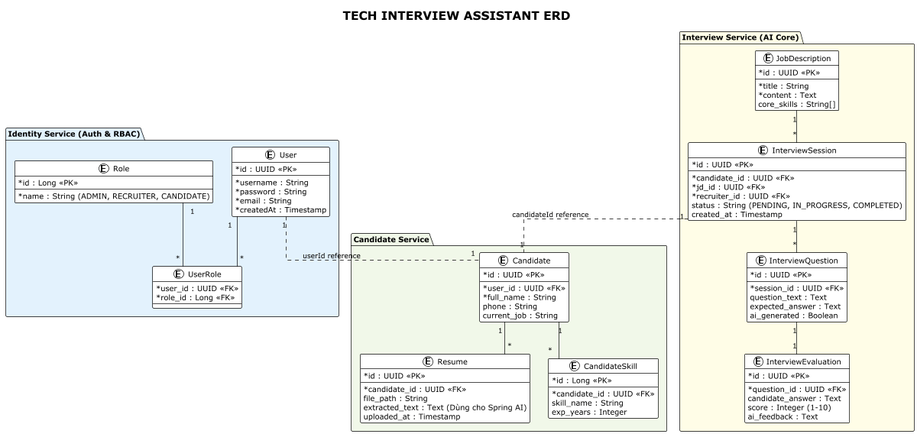
Nam000p/tech-interview-assistant keeps this PlantUML diagram as docs/database/erd-diagram.png. Above is the earlier version. Its diagram source:
```plantuml
@startuml
title TECH INTERVIEW ASSISTANT ERD
!theme plain
skinparam classAttributeIconSize 0
skinparam linetype ortho

package "Identity Service (Auth & RBAC)" #E3F2FD {
    entity "User" as user {
        * id : UUID <<PK>>
        --
        * username : String
        * password : String
        * email : String
        * createdAt : Timestamp
    }

    entity "Role" as role {
        * id : Long <<PK>>
        --
        * name : String (ADMIN, RECRUITER, CANDIDATE)
    }

    entity "UserRole" as user_role {
        * user_id : UUID <<FK>>
        * role_id : Long <<FK>>
    }
}

package "Candidate Service" #F1F8E9 {
    entity "Candidate" as candidate {
        * id : UUID <<PK>>
        --
        * user_id : UUID <<FK>>
        * full_name : String
        phone : String
        current_job : String
    }

    entity "Resume" as resume {
        * id : UUID <<PK>>
        --
        * candidate_id : UUID <<FK>>
        file_path : String
        extracted_text : Text (Dùng cho Spring AI)
        uploaded_at : Timestamp
    }

    entity "CandidateSkill" as skill {
        * id : Long <<PK>>
        --
        * candidate_id : UUID <<FK>>
        skill_name : String
        exp_years : Integer
    }
}

package "Interview Service (AI Core)" #FFFDE7 {
    entity "JobDescription" as jd {
        * id : UUID <<PK>>
        --
        * title : String
        * content : Text
        core_skills : String[]
    }

    entity "InterviewSession" as session {
        * id : UUID <<PK>>
        --
        * candidate_id : UUID <<FK>>
        * jd_id : UUID <<FK>>
        * recruiter_id : UUID <<FK>>
        status : String (PENDING, IN_PROGRESS, COMPLETED)
        created_at : Timestamp
    }

    entity "InterviewQuestion" as question {
        * id : UUID <<PK>>
        --
        * session_id : UUID <<FK>>
        question_text : Text
        expected_answer : Text
        ai_generated : Boolean
    }

    entity "InterviewEvaluation" as evaluation {
        * id : UUID <<PK>>
        --
        * question_id : UUID <<FK>>
        candidate_answer : Text
        score : Integer (1-10)
        ai_feedback : Text
    }
}

user "1" -- "*" user_role
role "1" -- "*" user_role

candidate "1" -- "*" resume
candidate "1" -- "*" skill

jd "1" -- "*" session
session "1" -- "*" question
question "1" -- "1" evaluation

user "1" .. "1" candidate : "userId reference"
session "1" .. "1" candidate : "candidateId reference"

@enduml
```
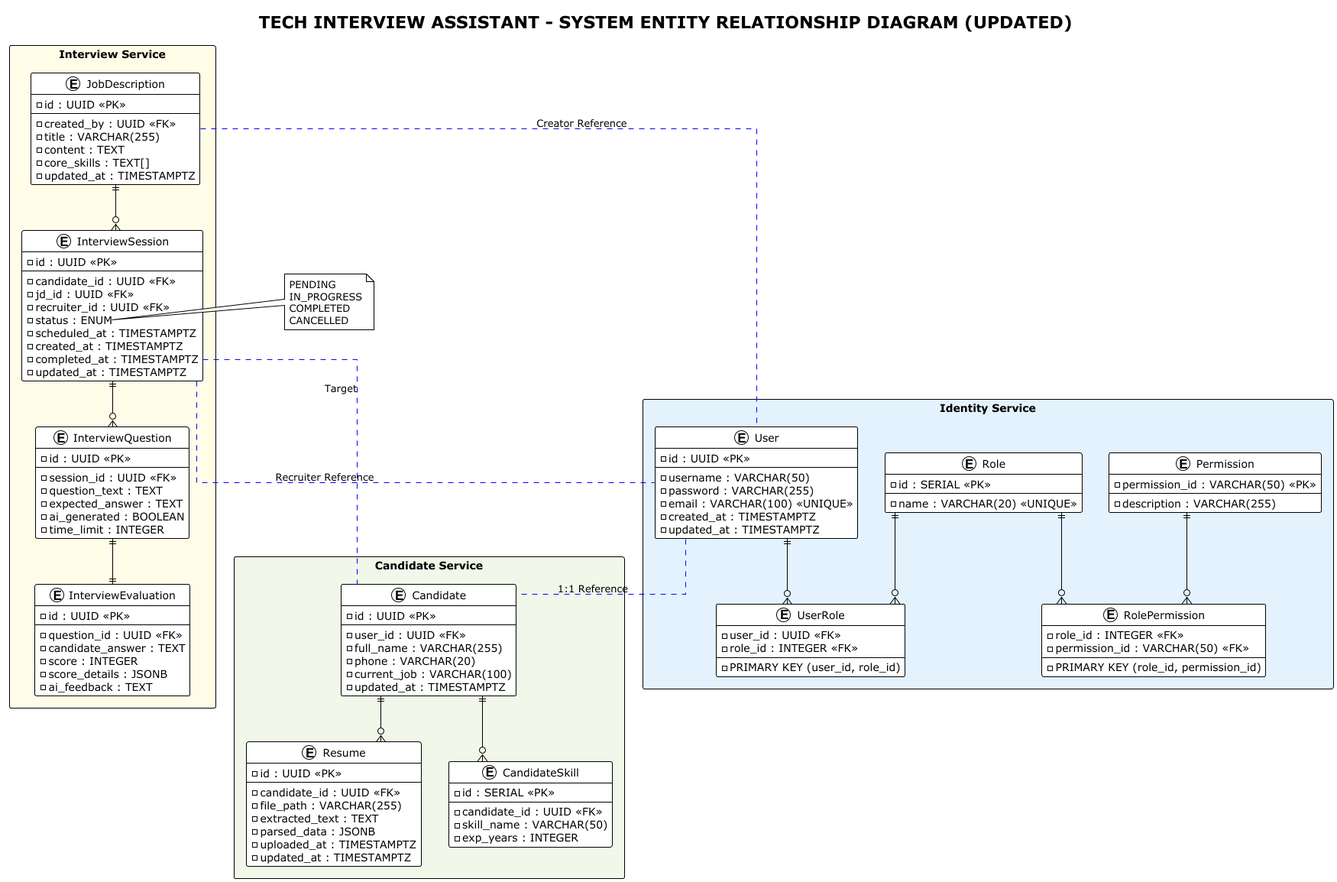
After the change.

The edit, as a diff of the source:
```diff
@@ -1,108 +1,146 @@
 @startuml
-title TECH INTERVIEW ASSISTANT ERD
+title TECH INTERVIEW ASSISTANT - SYSTEM ENTITY RELATIONSHIP DIAGRAM (UPDATED)
 !theme plain
-skinparam classAttributeIconSize 0
 skinparam linetype ortho
+skinparam packageStyle rectangle
+skinparam shadowing false
 
-package "Identity Service (Auth & RBAC)" #E3F2FD {
+package "Identity Service" #E3F2FD {
     entity "User" as user {
-        * id : UUID <<PK>>
+        - id : UUID <<PK>>
         --
-        * username : String
-        * password : String
-        * email : String
-        * createdAt : Timestamp
+        - username : VARCHAR(50)
+        - password : VARCHAR(255)
+        - email : VARCHAR(100) <<UNIQUE>>
+        - created_at : TIMESTAMPTZ
+        - updated_at : TIMESTAMPTZ
     }
 
     entity "Role" as role {
-        * id : Long <<PK>>
+        - id : SERIAL <<PK>>
         --
-        * name : String (ADMIN, RECRUITER, CANDIDATE)
+        - name : VARCHAR(20) <<UNIQUE>>
+    }
+
+    entity "Permission" as permission {
+        - permission_id : VARCHAR(50) <<PK>>
+        --
+        - description : VARCHAR(255)
     }
 
     entity "UserRole" as user_role {
-        * user_id : UUID <<FK>>
-        * role_id : Long <<FK>>
+        - user_id : UUID <<FK>>
+        - role_id : INTEGER <<FK>>
+        --
+        - PRIMARY KEY (user_id, role_id)
+    }
+
+    entity "RolePermission" as role_permission {
+        - role_id : INTEGER <<FK>>
+        - permission_id : VARCHAR(50) <<FK>>
+        --
+        - PRIMARY KEY (role_id, permission_id)
     }
 }
 
 package "Candidate Service" #F1F8E9 {
     entity "Candidate" as candidate {
-        * id : UUID <<PK>>
+        - id : UUID <<PK>>
         --
-        * user_id : UUID <<FK>>
-        * full_name : String
-        phone : String
-        current_job : String
+        - user_id : UUID <<FK>>
+        - full_name : VARCHAR(255)
+        - phone : VARCHAR(20)
+        - current_job : VARCHAR(100)
+        - updated_at : TIMESTAMPTZ
     }
 
     entity "Resume" as resume {
-        * id : UUID <<PK>>
+        - id : UUID <<PK>>
         --
-        * candidate_id : UUID <<FK>>
-        file_path : String
-        extracted_text : Text (Dùng cho Spring AI)
-        uploaded_at : Timestamp
+        - candidate_id : UUID <<FK>>
+        - file_path : VARCHAR(255)
+        - extracted_text : TEXT
+        - parsed_data : JSONB
+        - uploaded_at : TIMESTAMPTZ
+        - updated_at : TIMESTAMPTZ
     }
 
     entity "CandidateSkill" as skill {
-        * id : Long <<PK>>
+        - id : SERIAL <<PK>>
         --
-        * candidate_id : UUID <<FK>>
-        skill_name : String
-        exp_years : Integer
+        - candidate_id : UUID <<FK>>
+        - skill_name : VARCHAR(50)
+        - exp_years : INTEGER
     }
 }
 
-package "Interview Service (AI Core)" #FFFDE7 {
+package "Interview Service" #FFFDE7 {
     entity "JobDescription" as jd {
-        * id : UUID <<PK>>
+        - id : UUID <<PK>>
         --
-        * title : String
-        * content : Text
-        core_skills : String[]
+        - created_by : UUID <<FK>>
+        - title : VARCHAR(255)
+        - content : TEXT
+        - core_skills : TEXT[]
+        - updated_at : TIMESTAMPTZ
     }
 
     entity "InterviewSession" as session {
-        * id : UUID <<PK>>
+        - id : UUID <<PK>>
         --
-        * candidate_id : UUID <<FK>>
-        * jd_id : UUID <<FK>>
-        * recruiter_id : UUID <<FK>>
-        status : String (PENDING, IN_PROGRESS, COMPLETED)
-        created_at : Timestamp
+        - candidate_id : UUID <<FK>>
+        - jd_id : UUID <<FK>>
+        - recruiter_id : UUID <<FK>>
+        - status : ENUM
+        - scheduled_at : TIMESTAMPTZ
+        - created_at : TIMESTAMPTZ
+        - completed_at : TIMESTAMPTZ
+        - updated_at : TIMESTAMPTZ
     }
 
     entity "InterviewQuestion" as question {
-        * id : UUID <<PK>>
+        - id : UUID <<PK>>
         --
-        * session_id : UUID <<FK>>
-        question_text : Text
-        expected_answer : Text
-        ai_generated : Boolean
+        - session_id : UUID <<FK>>
+        - question_text : TEXT
+        - expected_answer : TEXT
+        - ai_generated : BOOLEAN
+        - time_limit : INTEGER
     }
 
     entity "InterviewEvaluation" as evaluation {
-        * id : UUID <<PK>>
+        - id : UUID <<PK>>
         --
-        * question_id : UUID <<FK>>
-        candidate_answer : Text
-        score : Integer (1-10)
-        ai_feedback : Text
+        - question_id : UUID <<FK>>
+        - candidate_answer : TEXT
+        - score : INTEGER
+        - score_details : JSONB
+        - ai_feedback : TEXT
     }
 }
 
-user "1" -- "*" user_role
-role "1" -- "*" user_role
+user ||--o{ user_role
+role ||--o{ user_role
+role ||--o{ role_permission
+permission ||--o{ role_permission
 
-candidate "1" -- "*" resume
-candidate "1" -- "*" skill
+candidate ||--o{ resume
+candidate ||--o{ skill
 
-jd "1" -- "*" session
-session "1" -- "*" question
-question "1" -- "1" evaluation
+jd ||--o{ session
+session ||--o{ question
+question ||--|| evaluation
 
-user "1" .. "1" candidate : "userId reference"
-session "1" .. "1" candidate : "candidateId reference"
+user .[#blue]. candidate : "1:1 Reference"
+session .[#blue]. candidate : "Target"
+session .[#blue]. user : "Recruiter Reference"
+jd .[#blue]. user : "Creator Reference"
+
+note right of session::status
+  PENDING
+  IN_PROGRESS
+  COMPLETED
+  CANCELLED
+end note
 
 @enduml
```
